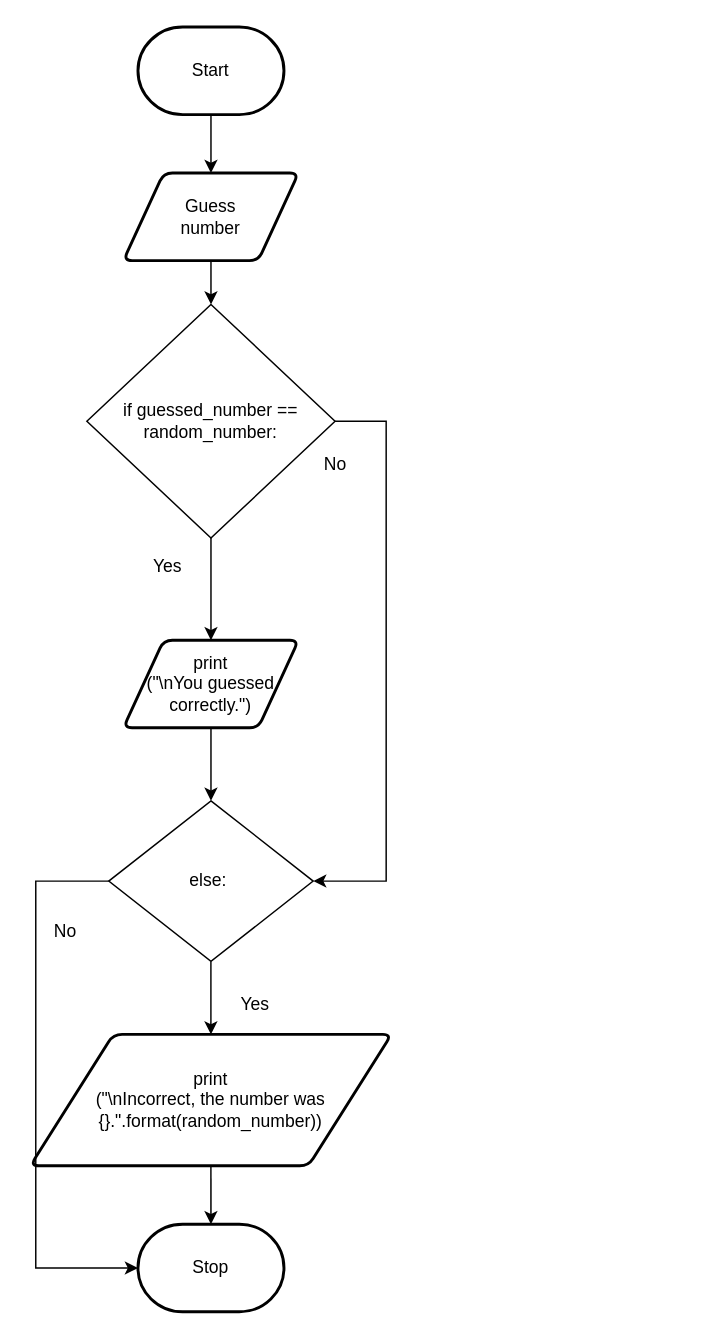
Above: design/flowchart.drawio in Emmanuel-Fofeyin/ICS3U-Unit3-03-Python (draw.io), before the change. Source tidied: cells renumbered, new cells numbered last; positions are measured from the earlier drawing's top-left corner, leaving out a move shared by most shapes. Both pictures are drawn from the tidied source at 146%, with x=0, y=0 at pixel (29, 26).
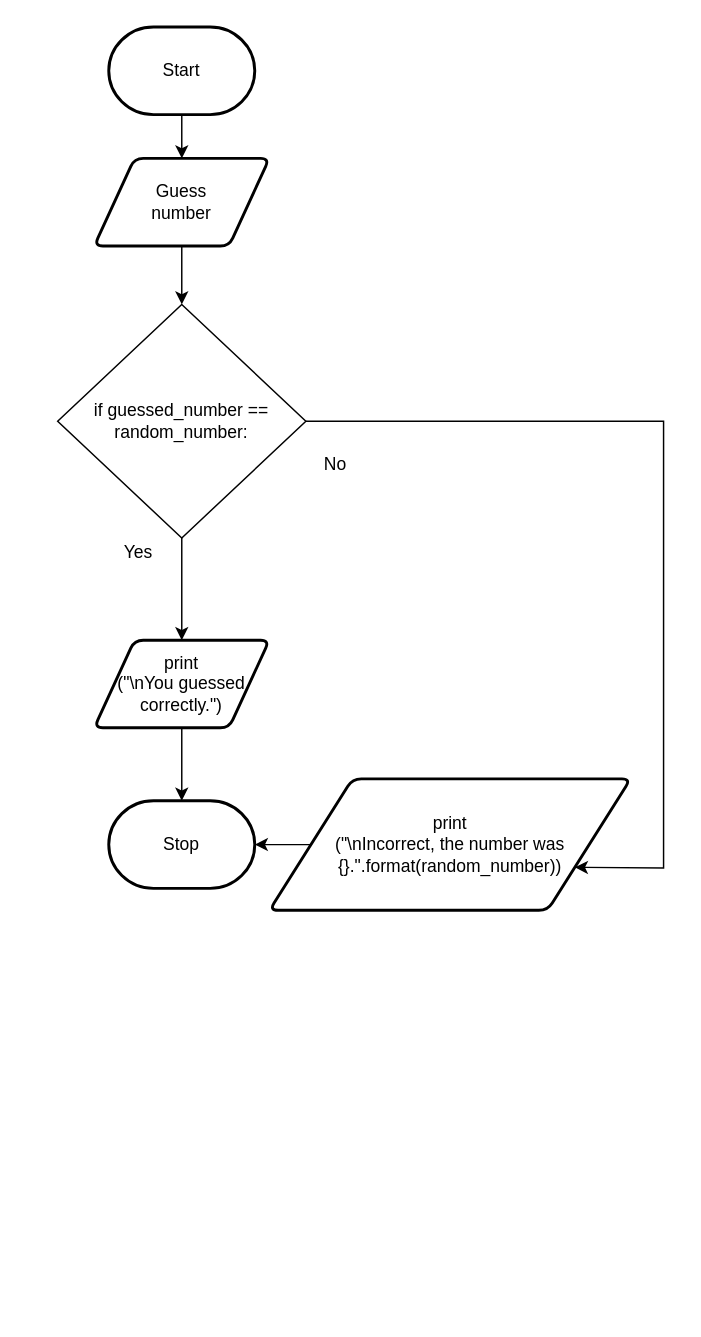
The same page after the edit.

Diff of the diagram source:
```diff
@@
     <mxCell id="3" value="Start" style="strokeWidth=2;html=1;shape=mxgraph.flowchart.terminator;whiteSpace=wrap;" parent="1" vertex="1">
-      <mxGeometry x="74" width="100" height="60" as="geometry" />
+      <mxGeometry x="54" width="100" height="60" as="geometry" />
     </mxCell>
@@
-    <mxCell id="6" style="edgeStyle=none;html=1;entryX=0.5;entryY=0;entryDx=0;entryDy=0;" parent="1" edge="1" source="7" target="14">
+    <mxCell id="6" style="edgeStyle=none;html=1;entryX=0.5;entryY=0;entryDx=0;entryDy=0;entryPerimeter=0;" parent="1" edge="1" source="7" target="15">
       <mxGeometry relative="1" as="geometry" />
     </mxCell>
     <mxCell id="7" value="print&lt;br&gt;(&quot;\nYou guessed correctly.&quot;)" style="shape=parallelogram;html=1;strokeWidth=2;perimeter=parallelogramPerimeter;whiteSpace=wrap;rounded=1;arcSize=12;size=0.23;" parent="1" vertex="1">
-      <mxGeometry x="64" y="420" width="120" height="60" as="geometry" />
+      <mxGeometry x="44" y="420" width="120" height="60" as="geometry" />
     </mxCell>
     <mxCell id="8" value="Guess&lt;br&gt;number" style="shape=parallelogram;html=1;strokeWidth=2;perimeter=parallelogramPerimeter;whiteSpace=wrap;rounded=1;arcSize=12;size=0.23;" parent="1" vertex="1">
-      <mxGeometry x="64" y="100" width="120" height="60" as="geometry" />
+      <mxGeometry x="44" y="90" width="120" height="60" as="geometry" />
     </mxCell>
     <mxCell id="9" value="if guessed_number == random_number:" style="rhombus;whiteSpace=wrap;html=1;" parent="1" vertex="1">
-      <mxGeometry x="39" y="190" width="170" height="160" as="geometry" />
+      <mxGeometry x="19" y="190" width="170" height="160" as="geometry" />
     </mxCell>
     <mxCell id="10" value="Yes" style="text;html=1;align=center;verticalAlign=middle;strokeColor=none;fillColor=none;" parent="1" vertex="1">
-      <mxGeometry x="74" y="360" width="40" height="20" as="geometry" />
+      <mxGeometry x="54" y="350" width="40" height="20" as="geometry" />
     </mxCell>
@@
-    <mxCell id="12" style="edgeStyle=none;html=1;exitX=1;exitY=0.5;exitDx=0;exitDy=0;rounded=0;entryX=1;entryY=0.5;entryDx=0;entryDy=0;" parent="1" edge="1" source="9" target="14">
+    <mxCell id="12" style="edgeStyle=none;html=1;exitX=1;exitY=0.5;exitDx=0;exitDy=0;rounded=0;entryX=1;entryY=0.75;entryDx=0;entryDy=0;" parent="1" edge="1" source="9" target="17">
       <mxGeometry relative="1" as="geometry">
         <Array as="points">
-          <mxPoint x="244" y="270" />
-          <mxPoint x="244" y="410" />
-          <mxPoint x="244" y="585" />
+          <mxPoint x="434" y="270" />
+          <mxPoint x="434" y="440" />
+          <mxPoint x="434" y="576" />
         </Array>
       </mxGeometry>
     </mxCell>
-    <mxCell id="13" style="edgeStyle=none;rounded=0;html=1;entryX=0.5;entryY=0;entryDx=0;entryDy=0;" parent="1" edge="1" source="14" target="17">
-      <mxGeometry relative="1" as="geometry" />
-    </mxCell>
-    <mxCell id="14" value="else:&amp;nbsp;" style="rhombus;whiteSpace=wrap;html=1;" parent="1" vertex="1">
-      <mxGeometry x="54" y="530" width="140" height="110" as="geometry" />
-    </mxCell>
     <mxCell id="15" value="Stop" style="strokeWidth=2;html=1;shape=mxgraph.flowchart.terminator;whiteSpace=wrap;" parent="1" vertex="1">
-      <mxGeometry x="74" y="820" width="100" height="60" as="geometry" />
+      <mxGeometry x="54" y="530" width="100" height="60" as="geometry" />
     </mxCell>
-    <mxCell id="16" style="edgeStyle=none;rounded=0;html=1;" parent="1" edge="1" source="17" target="15">
+    <mxCell id="16" style="edgeStyle=none;html=1;exitX=0;exitY=0.5;exitDx=0;exitDy=0;entryX=1;entryY=0.5;entryDx=0;entryDy=0;entryPerimeter=0;" parent="1" edge="1" source="17" target="15">
       <mxGeometry relative="1" as="geometry" />
     </mxCell>
     <mxCell id="17" value="print&lt;br&gt;(&quot;\nIncorrect, the number was {}.&quot;.format(random_number))" style="shape=parallelogram;html=1;strokeWidth=2;perimeter=parallelogramPerimeter;whiteSpace=wrap;rounded=1;arcSize=12;size=0.23;" parent="1" vertex="1">
-      <mxGeometry x="0.2" y="690" width="247.5" height="90" as="geometry" />
+      <mxGeometry x="164" y="515" width="247.5" height="90" as="geometry" />
     </mxCell>
-    <mxCell id="18" style="edgeStyle=none;html=1;rounded=0;entryX=0;entryY=0.5;entryDx=0;entryDy=0;entryPerimeter=0;exitX=0;exitY=0.5;exitDx=0;exitDy=0;" parent="1" edge="1" source="14" target="15">
-      <mxGeometry relative="1" as="geometry">
-        <Array as="points">
-          <mxPoint x="4" y="585" />
-          <mxPoint x="4" y="750" />
-          <mxPoint x="4" y="850" />
-        </Array>
-      </mxGeometry>
-    </mxCell>
-    <mxCell id="19" value="No" style="text;html=1;align=center;verticalAlign=middle;strokeColor=none;fillColor=none;" parent="1" vertex="1">
-      <mxGeometry x="9" y="610" width="30" height="20" as="geometry" />
-    </mxCell>
-    <mxCell id="20" value="Yes" style="text;html=1;align=center;verticalAlign=middle;strokeColor=none;fillColor=none;" parent="1" vertex="1">
-      <mxGeometry x="134" y="660" width="40" height="20" as="geometry" />
-    </mxCell>
```
